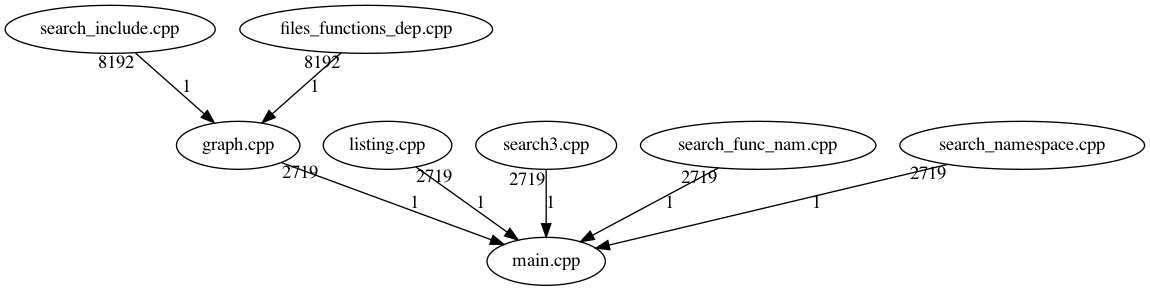
Before: folder/pliki.dot.png, a diagram exported from Graphviz (ZychDev/Zak_Io_Project). Its source is kept beside it as folder/pliki.dot.
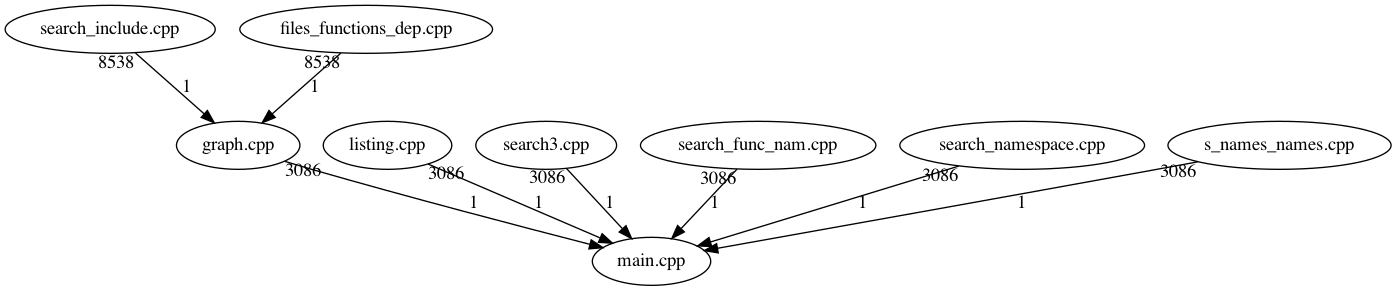
Later version of the same file.

The edit, as a diff of the source:
```diff
@@ -1,10 +1,11 @@
 digraph files_graph
 {
-"search_include.cpp"->"graph.cpp"[taillabel = 8192][label = 1]
-"files_functions_dep.cpp"->"graph.cpp"[taillabel = 8192][label = 1]
-"graph.cpp"->"main.cpp"[taillabel = 2719][label = 1]
-"listing.cpp"->"main.cpp"[taillabel = 2719][label = 1]
-"search3.cpp"->"main.cpp"[taillabel = 2719][label = 1]
-"search_func_nam.cpp"->"main.cpp"[taillabel = 2719][label = 1]
-"search_namespace.cpp"->"main.cpp"[taillabel = 2719][label = 1]
+"search_include.cpp"->"graph.cpp"[taillabel = 8538][label = 1]
+"files_functions_dep.cpp"->"graph.cpp"[taillabel = 8538][label = 1]
+"graph.cpp"->"main.cpp"[taillabel = 3086][label = 1]
+"listing.cpp"->"main.cpp"[taillabel = 3086][label = 1]
+"search3.cpp"->"main.cpp"[taillabel = 3086][label = 1]
+"search_func_nam.cpp"->"main.cpp"[taillabel = 3086][label = 1]
+"search_namespace.cpp"->"main.cpp"[taillabel = 3086][label = 1]
+"s_names_names.cpp"->"main.cpp"[taillabel = 3086][label = 1]
 }
```
